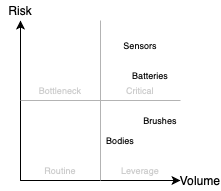
Earlier version of the draw.io export Operational/images/Kraljic.png (seraogianluca/IR2). Source tidied: cells renumbered, new cells last; positions are measured from the earlier drawing's top-left corner, leaving out a move shared by most shapes.
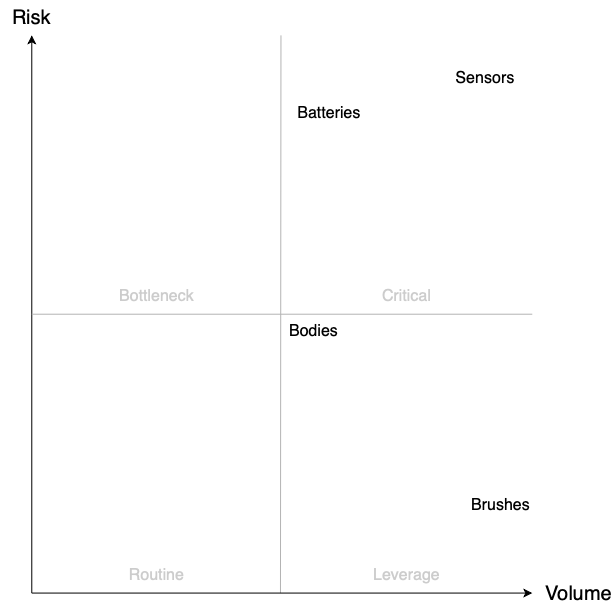
Later version of the same file.

What changed in the source:
```diff
@@ -2,57 +2,64 @@
   <root>
     <mxCell id="0" />
     <mxCell id="1" parent="0" />
+    <mxCell id="16" style="group;" parent="1" vertex="1">
+      <mxGeometry x="-40" y="-60" width="610" height="610" as="geometry" />
+    </mxCell>
-    <mxCell id="2" style="endArrow=classic;html=1;" parent="1" edge="1" target="5">
+    <mxCell id="2" style="endArrow=classic;html=1;" parent="16" edge="1" target="5">
       <mxGeometry relative="1" as="geometry">
-        <mxPoint x="20" y="180" as="sourcePoint" />
+        <mxPoint x="31.3" y="592.6" as="sourcePoint" />
       </mxGeometry>
     </mxCell>
-    <mxCell id="3" style="endArrow=classic;html=1;" parent="1" edge="1" target="4">
-      <mxGeometry relative="1" as="geometry">
-        <mxPoint x="20" y="180" as="sourcePoint" />
-      </mxGeometry>
-    </mxCell>
-    <mxCell id="4" value="Volume" style="text;html=1;strokeColor=none;fillColor=none;align=center;verticalAlign=middle;whiteSpace=wrap;rounded=0;" parent="1" vertex="1">
-      <mxGeometry x="180" y="170" width="40" height="20" as="geometry" />
-    </mxCell>
-    <mxCell id="5" value="Risk" style="text;html=1;strokeColor=none;fillColor=none;align=center;verticalAlign=middle;whiteSpace=wrap;rounded=0;" parent="1" vertex="1">
-      <mxGeometry width="40" height="20" as="geometry" />
+    <mxCell id="5" value="Risk" style="text;html=1;strokeColor=none;fillColor=none;align=center;verticalAlign=middle;whiteSpace=wrap;rounded=0;fontSize=20;" parent="16" vertex="1">
+      <mxGeometry width="62.6" height="34.9" as="geometry" />
     </mxCell>
-    <mxCell id="6" style="endArrow=none;html=1;strokeColor=#B3B3B3;" parent="1" edge="1">
+    <mxCell id="6" style="endArrow=none;html=1;strokeColor=#B3B3B3;" parent="16" edge="1">
       <mxGeometry relative="1" as="geometry">
-        <mxPoint x="20" y="100" as="sourcePoint" />
-        <mxPoint x="180" y="100" as="targetPoint" />
+        <mxPoint x="31.3" y="313.7" as="sourcePoint" />
+        <mxPoint x="531.8" y="313.7" as="targetPoint" />
       </mxGeometry>
     </mxCell>
-    <mxCell id="7" style="endArrow=none;html=1;strokeColor=#B3B3B3;" parent="1" edge="1">
+    <mxCell id="7" style="endArrow=none;html=1;strokeColor=#B3B3B3;" parent="16" edge="1">
       <mxGeometry relative="1" as="geometry">
-        <mxPoint x="100" y="180" as="sourcePoint" />
-        <mxPoint x="100" y="20" as="targetPoint" />
+        <mxPoint x="280" y="592.6" as="sourcePoint" />
+        <mxPoint x="280.5" y="34.9" as="targetPoint" />
       </mxGeometry>
     </mxCell>
-    <mxCell id="8" value="Sensors" style="text;html=1;strokeColor=none;fillColor=none;align=center;verticalAlign=middle;whiteSpace=wrap;rounded=0;fontSize=9;" parent="1" vertex="1">
-      <mxGeometry x="110" y="30" width="60" height="30" as="geometry" />
+    <mxCell id="8" value="Sensors" style="text;html=1;strokeColor=none;fillColor=none;align=center;verticalAlign=middle;whiteSpace=wrap;rounded=0;fontSize=16;" parent="16" vertex="1">
+      <mxGeometry x="437.9" y="52.3" width="93.8" height="52.3" as="geometry" />
     </mxCell>
-    <mxCell id="9" value="Batteries" style="text;html=1;strokeColor=none;fillColor=none;align=center;verticalAlign=middle;whiteSpace=wrap;rounded=0;fontSize=9;" parent="1" vertex="1">
-      <mxGeometry x="120" y="60" width="60" height="30" as="geometry" />
+    <mxCell id="9" value="Batteries" style="text;html=1;strokeColor=none;fillColor=none;align=center;verticalAlign=middle;whiteSpace=wrap;rounded=0;fontSize=16;" parent="16" vertex="1">
+      <mxGeometry x="281.5" y="87.1" width="93.8" height="52.3" as="geometry" />
     </mxCell>
-    <mxCell id="10" value="Bodies" style="text;html=1;strokeColor=none;fillColor=none;align=center;verticalAlign=middle;whiteSpace=wrap;rounded=0;fontSize=9;" parent="1" vertex="1">
-      <mxGeometry x="100" y="130" width="40" height="20" as="geometry" />
+    <mxCell id="10" value="Bodies" style="text;html=1;strokeColor=none;fillColor=none;align=center;verticalAlign=middle;whiteSpace=wrap;rounded=0;fontSize=16;" parent="16" vertex="1">
+      <mxGeometry x="281.5" y="313.7" width="62.6" height="34.9" as="geometry" />
     </mxCell>
-    <mxCell id="11" value="Brushes" style="text;html=1;strokeColor=none;fillColor=none;align=center;verticalAlign=middle;whiteSpace=wrap;rounded=0;fontSize=9;" parent="1" vertex="1">
-      <mxGeometry x="140" y="110" width="40" height="20" as="geometry" />
+    <mxCell id="11" value="Brushes" style="text;html=1;strokeColor=none;fillColor=none;align=center;verticalAlign=middle;whiteSpace=wrap;rounded=0;fontSize=16;" parent="16" vertex="1">
+      <mxGeometry x="469.2" y="488" width="62.6" height="34.9" as="geometry" />
     </mxCell>
-    <mxCell id="12" value="Leverage" style="text;html=1;strokeColor=none;fillColor=none;align=center;verticalAlign=middle;whiteSpace=wrap;rounded=0;fontSize=9;fontColor=#CCCCCC;" parent="1" vertex="1">
-      <mxGeometry x="120" y="160" width="40" height="20" as="geometry" />
+    <mxCell id="12" value="Leverage" style="text;html=1;strokeColor=none;fillColor=none;align=center;verticalAlign=middle;whiteSpace=wrap;rounded=0;fontSize=16;fontColor=#CCCCCC;" parent="16" vertex="1">
+      <mxGeometry x="375.4" y="557.7" width="62.6" height="34.9" as="geometry" />
     </mxCell>
-    <mxCell id="13" value="Routine" style="text;html=1;strokeColor=none;fillColor=none;align=center;verticalAlign=middle;whiteSpace=wrap;rounded=0;fontSize=9;fontColor=#CCCCCC;" parent="1" vertex="1">
-      <mxGeometry x="40" y="160" width="40" height="20" as="geometry" />
+    <mxCell id="13" value="Routine" style="text;html=1;strokeColor=none;fillColor=none;align=center;verticalAlign=middle;whiteSpace=wrap;rounded=0;fontSize=16;fontColor=#CCCCCC;" parent="16" vertex="1">
+      <mxGeometry x="125.1" y="557.7" width="62.6" height="34.9" as="geometry" />
     </mxCell>
-    <mxCell id="14" value="Bottleneck" style="text;html=1;strokeColor=none;fillColor=none;align=center;verticalAlign=middle;whiteSpace=wrap;rounded=0;fontSize=9;fontColor=#CCCCCC;" parent="1" vertex="1">
-      <mxGeometry x="40" y="80" width="40" height="20" as="geometry" />
+    <mxCell id="14" value="Bottleneck" style="text;html=1;strokeColor=none;fillColor=none;align=center;verticalAlign=middle;whiteSpace=wrap;rounded=0;fontSize=16;fontColor=#CCCCCC;" parent="16" vertex="1">
+      <mxGeometry x="125.1" y="278.9" width="62.6" height="34.9" as="geometry" />
     </mxCell>
-    <mxCell id="15" value="Critical" style="text;html=1;strokeColor=none;fillColor=none;align=center;verticalAlign=middle;whiteSpace=wrap;rounded=0;fontSize=9;fontColor=#CCCCCC;" parent="1" vertex="1">
-      <mxGeometry x="120" y="80" width="40" height="20" as="geometry" />
+    <mxCell id="15" value="Critical" style="text;html=1;strokeColor=none;fillColor=none;align=center;verticalAlign=middle;whiteSpace=wrap;rounded=0;fontSize=16;fontColor=#CCCCCC;" parent="16" vertex="1">
+      <mxGeometry x="375.4" y="278.9" width="62.6" height="34.9" as="geometry" />
     </mxCell>
+    <mxCell id="17" style="group;" parent="16" vertex="1">
+      <mxGeometry x="31.3" y="575.1" width="578.7" height="34.9" as="geometry" />
+    </mxCell>
+    <mxCell id="3" style="endArrow=classic;html=1;" parent="17" edge="1">
+      <mxGeometry relative="1" as="geometry">
+        <mxPoint y="17.4" as="sourcePoint" />
+        <mxPoint x="500.5" y="17.4" as="targetPoint" />
+      </mxGeometry>
+    </mxCell>
+    <mxCell id="4" value="Volume" style="text;html=1;strokeColor=none;fillColor=none;align=center;verticalAlign=middle;whiteSpace=wrap;rounded=0;fontSize=20;" parent="17" vertex="1">
+      <mxGeometry x="516.2" width="62.6" height="34.9" as="geometry" />
+    </mxCell>
   </root>
 </mxGraphModel>
```
